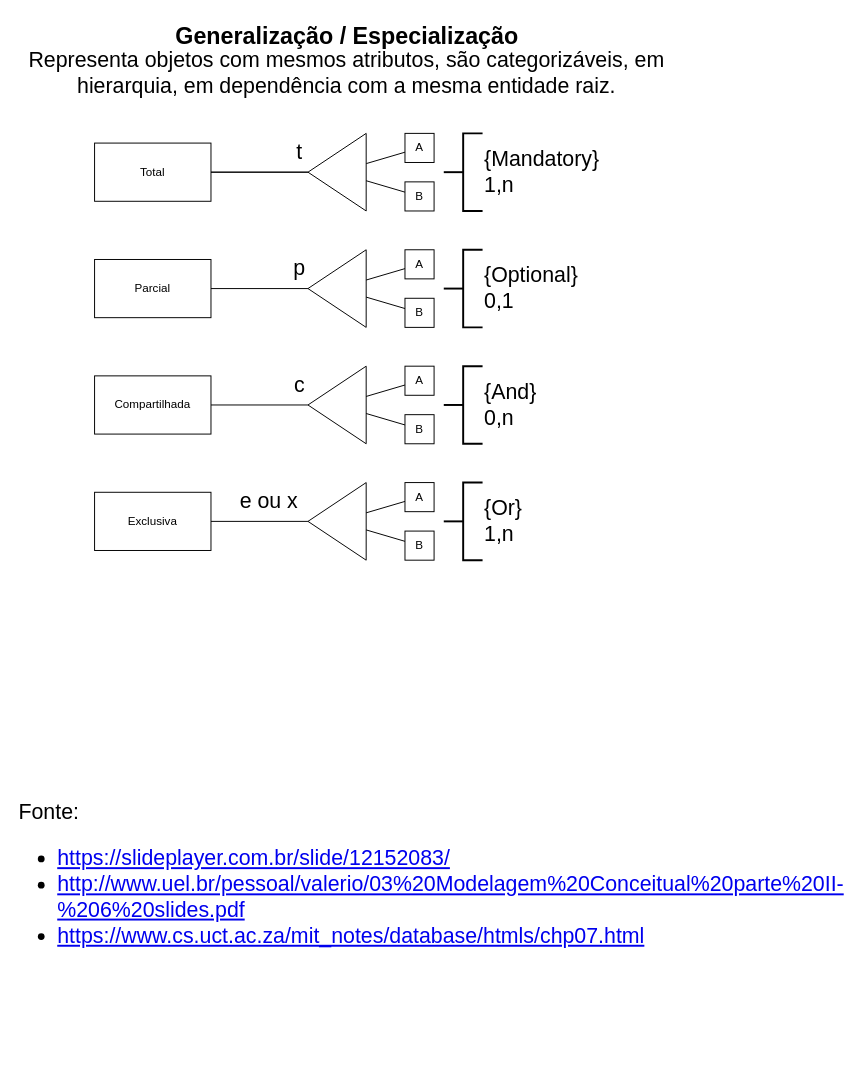
yxuo/BD_1 keeps this draw.io diagram as teoria/generalizacao.drawio. Above is the earlier version. Source tidied: cells renumbered, new cells numbered last; positions are measured from the earlier drawing's top-left corner, leaving out a move shared by most shapes. Both pictures are drawn from the tidied source at 97%, with x=0, y=0 at pixel (16, 16).
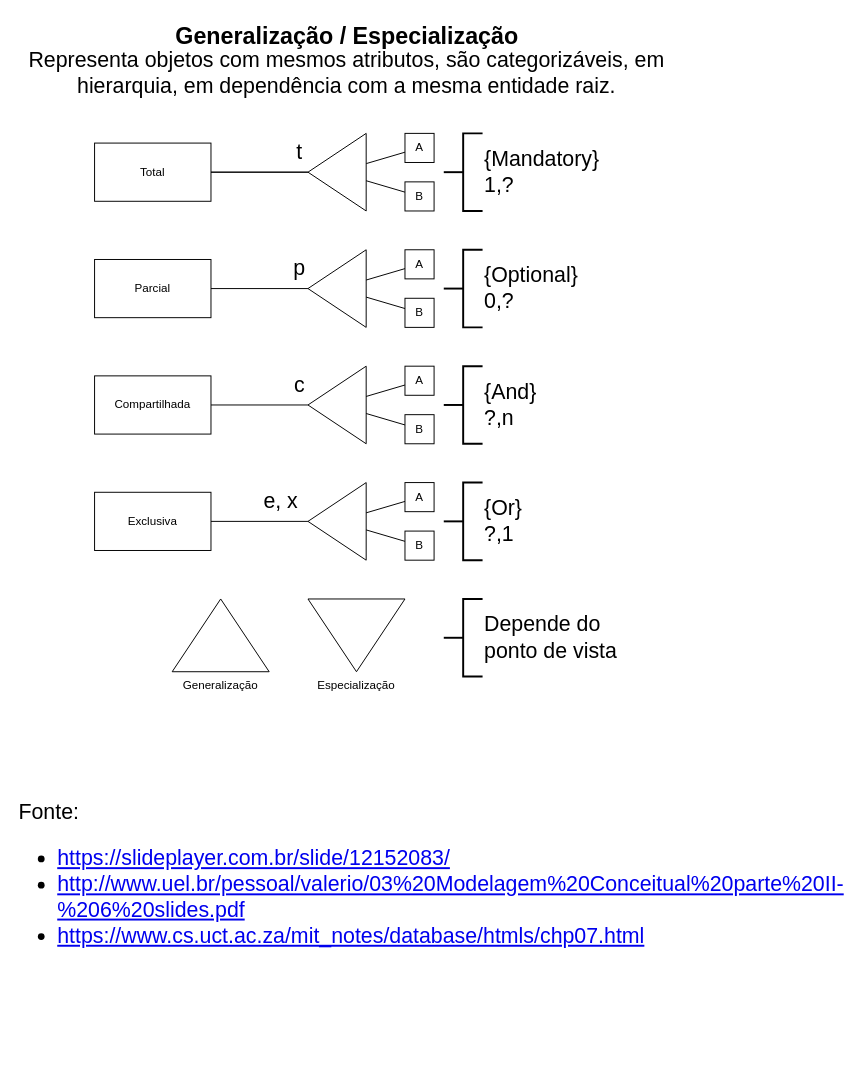
The same page after the edit.

The change refers to these unchanged cells:
```xml
<mxCell id="7" value="Exclusiva" style="whiteSpace=wrap;html=1;" parent="1" vertex="1">
  <mxGeometry x="80" y="490" width="120" height="60" as="geometry" />
</mxCell>
<mxCell id="8" style="triangle;whiteSpace=wrap;html=1;flipH=1;" parent="1" vertex="1">
  <mxGeometry x="300" y="480" width="60" height="80" as="geometry" />
</mxCell>
```

Change to the diagram source:
```diff
@@
-    <mxCell id="6" value="e ou x" style="edgeStyle=orthogonalEdgeStyle;rounded=0;jettySize=auto;html=1;endArrow=none;endFill=0;fontSize=22;align=right;" parent="1" edge="1" source="7" target="8">
+    <mxCell id="6" value="e, x" style="edgeStyle=orthogonalEdgeStyle;rounded=0;jettySize=auto;html=1;endArrow=none;endFill=0;fontSize=22;align=right;" parent="1" edge="1" source="7" target="8">
       <mxGeometry x="0.82" y="20" relative="1" as="geometry" />
     </mxCell>
@@
-    <mxCell id="20" value="{Mandatory}&lt;br&gt;1,n" style="strokeWidth=2;html=1;shape=mxgraph.flowchart.annotation_2;align=left;labelPosition=right;fontSize=22;" parent="1" vertex="1">
+    <mxCell id="20" value="{Mandatory}&lt;br&gt;1,?" style="strokeWidth=2;html=1;shape=mxgraph.flowchart.annotation_2;align=left;labelPosition=right;fontSize=22;" parent="1" vertex="1">
       <mxGeometry x="440" y="120" width="40" height="80" as="geometry" />
     </mxCell>
-    <mxCell id="21" value="{Optional}&lt;br&gt;0,1" style="strokeWidth=2;html=1;shape=mxgraph.flowchart.annotation_2;align=left;labelPosition=right;fontSize=22;" parent="1" vertex="1">
+    <mxCell id="21" value="{Optional}&lt;br&gt;0,?" style="strokeWidth=2;html=1;shape=mxgraph.flowchart.annotation_2;align=left;labelPosition=right;fontSize=22;" parent="1" vertex="1">
       <mxGeometry x="440" y="240" width="40" height="80" as="geometry" />
     </mxCell>
@@
-    <mxCell id="34" value="{Or}&lt;br&gt;1,n" style="strokeWidth=2;html=1;shape=mxgraph.flowchart.annotation_2;align=left;labelPosition=right;fontSize=22;" parent="1" vertex="1">
+    <mxCell id="34" value="{Or}&lt;br&gt;?,1" style="strokeWidth=2;html=1;shape=mxgraph.flowchart.annotation_2;align=left;labelPosition=right;fontSize=22;" parent="1" vertex="1">
       <mxGeometry x="440" y="480" width="40" height="80" as="geometry" />
     </mxCell>
-    <mxCell id="35" value="{And}&lt;br&gt;0,n" style="strokeWidth=2;html=1;shape=mxgraph.flowchart.annotation_2;align=left;labelPosition=right;fontSize=22;" parent="1" vertex="1">
+    <mxCell id="35" value="{And}&lt;br&gt;?,n" style="strokeWidth=2;html=1;shape=mxgraph.flowchart.annotation_2;align=left;labelPosition=right;fontSize=22;" parent="1" vertex="1">
       <mxGeometry x="440" y="360" width="40" height="80" as="geometry" />
     </mxCell>
@@
+    <mxCell id="38" value="Generalização" style="triangle;whiteSpace=wrap;html=1;flipH=1;rotation=0;direction=north;flipV=0;labelPosition=center;verticalLabelPosition=bottom;align=center;verticalAlign=top;" parent="1" vertex="1">
+      <mxGeometry x="160" y="600" width="100" height="75" as="geometry" />
+    </mxCell>
+    <mxCell id="39" value="Especialização" style="triangle;whiteSpace=wrap;html=1;flipH=1;rotation=0;direction=north;flipV=1;labelPosition=center;verticalLabelPosition=bottom;align=center;verticalAlign=top;" parent="1" vertex="1">
+      <mxGeometry x="300" y="600" width="100" height="75" as="geometry" />
+    </mxCell>
+    <mxCell id="40" value="Depende do&lt;br&gt;ponto de vista" style="strokeWidth=2;html=1;shape=mxgraph.flowchart.annotation_2;align=left;labelPosition=right;fontSize=22;" parent="1" vertex="1">
+      <mxGeometry x="440" y="600" width="40" height="80" as="geometry" />
+    </mxCell>
```
